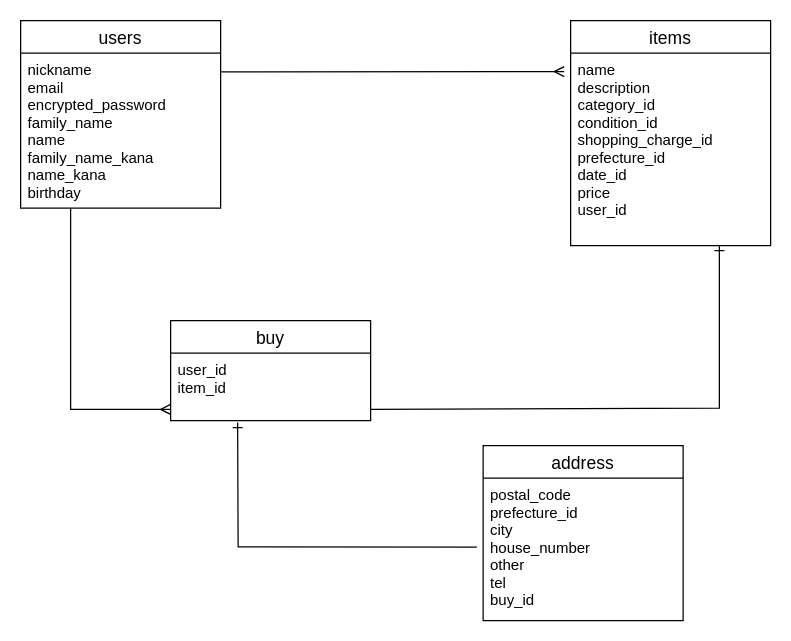
Earlier version of the draw.io diagram furima.dio (ichanicha/furima-40626). Source tidied: cells renumbered, new cells numbered last; positions are measured from the earlier drawing's top-left corner, leaving out a move shared by most shapes. Both pictures are drawn from the tidied source at 125%, with x=0, y=0 at pixel (20, 20).
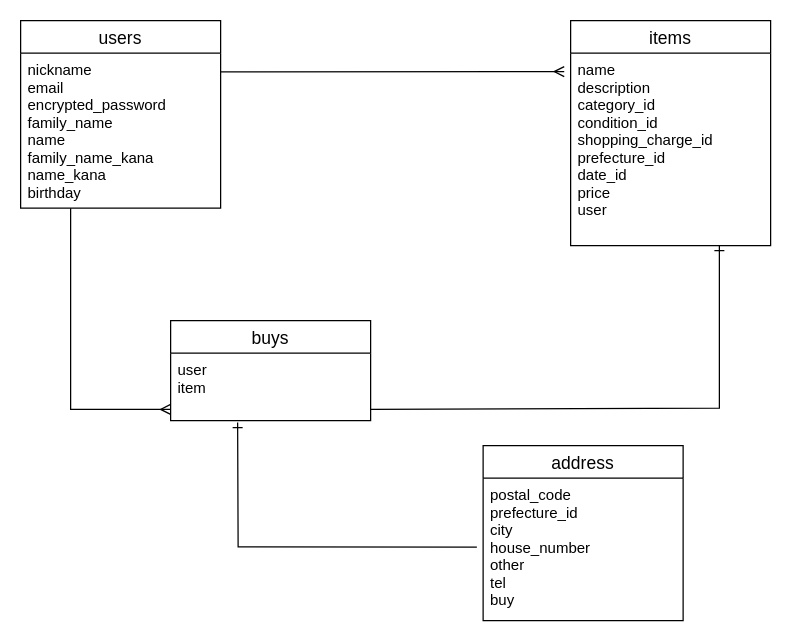
After the change.

Commit message (it also covers changes not shown here):
ER図・READMEの修正④

The change refers to these unchanged cells:
```xml
<mxCell id="4" value="items" style="swimlane;fontStyle=0;horizontal=1;startSize=26;align=center;fontSize=14;" parent="1" vertex="1">
  <mxGeometry x="440" width="160" height="180" as="geometry" />
</mxCell>
<mxCell id="8" value="address" style="swimlane;fontStyle=0;horizontal=1;startSize=26;align=center;fontSize=14;" parent="1" vertex="1">
  <mxGeometry x="370" y="340" width="160" height="140" as="geometry" />
</mxCell>
```

What changed in the source:
```diff
@@
-    <mxCell id="5" value="name&#10;description&#10;category_id&#10;condition_id&#10;shopping_charge_id&#10;prefecture_id&#10;date_id&#10;price&#10;user_id" style="text;strokeColor=none;fillColor=none;spacingLeft=4;spacingRight=4;overflow=hidden;points=[[0,0.5],[1,0.5]];portConstraint=eastwest;fontSize=12;" parent="4" vertex="1">
+    <mxCell id="5" value="name&#10;description&#10;category_id&#10;condition_id&#10;shopping_charge_id&#10;prefecture_id&#10;date_id&#10;price&#10;user" style="text;strokeColor=none;fillColor=none;spacingLeft=4;spacingRight=4;overflow=hidden;points=[[0,0.5],[1,0.5]];portConstraint=eastwest;fontSize=12;" parent="4" vertex="1">
       <mxGeometry y="26" width="160" height="154" as="geometry" />
     </mxCell>
-    <mxCell id="6" value="buy" style="swimlane;fontStyle=0;horizontal=1;startSize=26;align=center;fontSize=14;" parent="1" vertex="1">
+    <mxCell id="6" value="buys" style="swimlane;fontStyle=0;horizontal=1;startSize=26;align=center;fontSize=14;" parent="1" vertex="1">
       <mxGeometry x="120" y="240" width="160" height="80" as="geometry" />
     </mxCell>
-    <mxCell id="7" value="user_id&#10;item_id" style="text;strokeColor=none;fillColor=none;spacingLeft=4;spacingRight=4;overflow=hidden;points=[[0,0.5],[1,0.5]];portConstraint=eastwest;fontSize=12;" parent="6" vertex="1">
+    <mxCell id="7" value="user&#10;item" style="text;strokeColor=none;fillColor=none;spacingLeft=4;spacingRight=4;overflow=hidden;points=[[0,0.5],[1,0.5]];portConstraint=eastwest;fontSize=12;" parent="6" vertex="1">
       <mxGeometry y="26" width="160" height="54" as="geometry" />
     </mxCell>
@@
-    <mxCell id="9" value="postal_code&#10;prefecture_id&#10;city&#10;house_number&#10;other&#10;tel&#10;buy_id" style="text;strokeColor=none;fillColor=none;spacingLeft=4;spacingRight=4;overflow=hidden;fontSize=12;" parent="8" vertex="1">
+    <mxCell id="9" value="postal_code&#10;prefecture_id&#10;city&#10;house_number&#10;other&#10;tel&#10;buy" style="text;strokeColor=none;fillColor=none;spacingLeft=4;spacingRight=4;overflow=hidden;fontSize=12;" parent="8" vertex="1">
       <mxGeometry y="26" width="160" height="114" as="geometry" />
     </mxCell>
```
